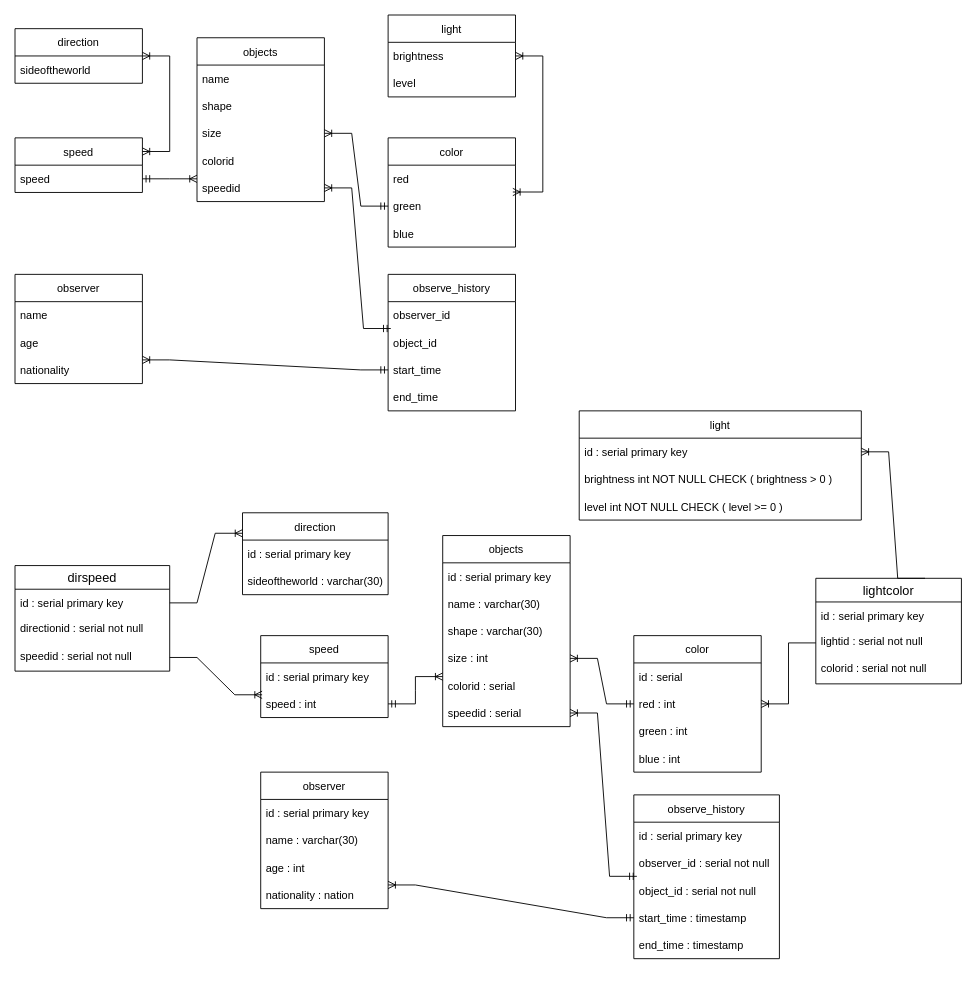
Above: Untitled Diagram.drawio in malinkamedok/isbd1 (draw.io), before the change. Source tidied: cells renumbered, new cells numbered last; positions are measured from the earlier drawing's top-left corner, leaving out a move shared by most shapes. Both pictures are drawn from the tidied source at 91%, with x=0, y=0 at pixel (15, 15).
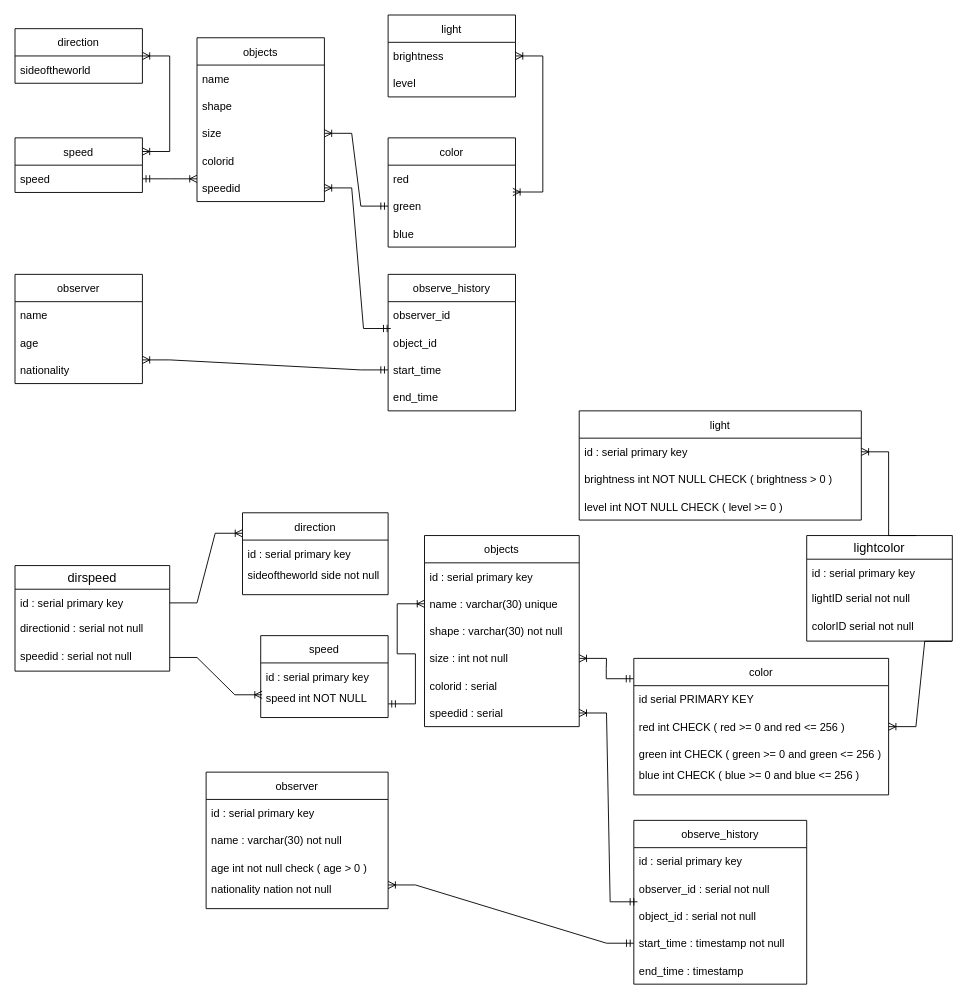
The same diagram, later.

Commit message:
datalogy diagram final

The change refers to these unchanged cells:
```xml
<mxCell id="34" value="direction" style="swimlane;fontStyle=0;horizontal=1;startSize=30;" parent="1" vertex="1">
  <mxGeometry x="250" y="547" width="160" height="90" as="geometry" />
</mxCell>
<mxCell id="37" value="speed" style="swimlane;fontStyle=0;horizontal=1;startSize=30;" parent="1" vertex="1">
  <mxGeometry x="270" y="682" width="140" height="90" as="geometry" />
</mxCell>
```

Change to the diagram source:
```diff
@@
-    <mxCell id="36" value="sideoftheworld : varchar(30)" style="text;strokeColor=none;fillColor=none;align=left;verticalAlign=middle;spacingLeft=4;spacingRight=4;overflow=hidden;" parent="34" vertex="1">
+    <mxCell id="36" value="sideoftheworld side not null&#10;" style="text;strokeColor=none;fillColor=none;align=left;verticalAlign=middle;spacingLeft=4;spacingRight=4;overflow=hidden;" parent="34" vertex="1">
       <mxGeometry y="60" width="160" height="30" as="geometry" />
     </mxCell>
@@
-    <mxCell id="39" value="speed : int" style="text;strokeColor=none;fillColor=none;align=left;verticalAlign=middle;spacingLeft=4;spacingRight=4;overflow=hidden;points=[[0,0.5],[1,0.5]];portConstraint=eastwest;" parent="37" vertex="1">
+    <mxCell id="39" value="speed int NOT NULL&#10;" style="text;strokeColor=none;fillColor=none;align=left;verticalAlign=middle;spacingLeft=4;spacingRight=4;overflow=hidden;points=[[0,0.5],[1,0.5]];portConstraint=eastwest;" parent="37" vertex="1">
       <mxGeometry y="60" width="140" height="30" as="geometry" />
     </mxCell>
@@
     <mxCell id="44" value="color" style="swimlane;fontStyle=0;horizontal=1;startSize=30;" parent="1" vertex="1">
-      <mxGeometry x="680" y="682" width="140" height="150" as="geometry" />
+      <mxGeometry x="680" y="707" width="280" height="150" as="geometry" />
     </mxCell>
-    <mxCell id="45" value="id : serial" style="text;strokeColor=none;fillColor=none;align=left;verticalAlign=middle;spacingLeft=4;spacingRight=4;overflow=hidden;" parent="44" vertex="1">
-      <mxGeometry y="30" width="140" height="30" as="geometry" />
+    <mxCell id="45" value="id serial PRIMARY KEY" style="text;strokeColor=none;fillColor=none;align=left;verticalAlign=middle;spacingLeft=4;spacingRight=4;overflow=hidden;" parent="44" vertex="1">
+      <mxGeometry y="30" width="280" height="30" as="geometry" />
     </mxCell>
-    <mxCell id="46" value="red : int" style="text;strokeColor=none;fillColor=none;align=left;verticalAlign=middle;spacingLeft=4;spacingRight=4;overflow=hidden;points=[[0,0.5],[1,0.5]];portConstraint=eastwest;" parent="44" vertex="1">
-      <mxGeometry y="60" width="140" height="30" as="geometry" />
+    <mxCell id="46" value="red int CHECK ( red &gt;= 0 and red &lt;= 256 )" style="text;strokeColor=none;fillColor=none;align=left;verticalAlign=middle;spacingLeft=4;spacingRight=4;overflow=hidden;points=[[0,0.5],[1,0.5]];portConstraint=eastwest;" parent="44" vertex="1">
+      <mxGeometry y="60" width="280" height="30" as="geometry" />
     </mxCell>
-    <mxCell id="47" value="green : int" style="text;strokeColor=none;fillColor=none;align=left;verticalAlign=middle;spacingLeft=4;spacingRight=4;overflow=hidden;" parent="44" vertex="1">
-      <mxGeometry y="90" width="140" height="30" as="geometry" />
+    <mxCell id="47" value="green int CHECK ( green &gt;= 0 and green &lt;= 256 )" style="text;strokeColor=none;fillColor=none;align=left;verticalAlign=middle;spacingLeft=4;spacingRight=4;overflow=hidden;" parent="44" vertex="1">
+      <mxGeometry y="90" width="280" height="30" as="geometry" />
     </mxCell>
-    <mxCell id="48" value="blue : int" style="text;strokeColor=none;fillColor=none;align=left;verticalAlign=middle;spacingLeft=4;spacingRight=4;overflow=hidden;" parent="44" vertex="1">
-      <mxGeometry y="120" width="140" height="30" as="geometry" />
+    <mxCell id="48" value="blue int CHECK ( blue &gt;= 0 and blue &lt;= 256 )&#10;" style="text;strokeColor=none;fillColor=none;align=left;verticalAlign=middle;spacingLeft=4;spacingRight=4;overflow=hidden;" parent="44" vertex="1">
+      <mxGeometry y="120" width="280" height="30" as="geometry" />
     </mxCell>
     <mxCell id="49" value="objects" style="swimlane;fontStyle=0;horizontal=1;startSize=30;" parent="1" vertex="1">
-      <mxGeometry x="470" y="572" width="140" height="210" as="geometry" />
+      <mxGeometry x="450" y="572" width="170" height="210" as="geometry" />
     </mxCell>
     <mxCell id="50" value="id : serial primary key" style="text;strokeColor=none;fillColor=none;align=left;verticalAlign=middle;spacingLeft=4;spacingRight=4;overflow=hidden;" parent="49" vertex="1">
-      <mxGeometry y="30" width="140" height="30" as="geometry" />
+      <mxGeometry y="30" width="170" height="30" as="geometry" />
     </mxCell>
-    <mxCell id="51" value="name : varchar(30)" style="text;strokeColor=none;fillColor=none;align=left;verticalAlign=middle;spacingLeft=4;spacingRight=4;overflow=hidden;points=[[0,0.5],[1,0.5]];portConstraint=eastwest;" parent="49" vertex="1">
-      <mxGeometry y="60" width="140" height="30" as="geometry" />
+    <mxCell id="51" value="name : varchar(30) unique" style="text;strokeColor=none;fillColor=none;align=left;verticalAlign=middle;spacingLeft=4;spacingRight=4;overflow=hidden;points=[[0,0.5],[1,0.5]];portConstraint=eastwest;" parent="49" vertex="1">
+      <mxGeometry y="60" width="170" height="30" as="geometry" />
     </mxCell>
-    <mxCell id="52" value="shape : varchar(30)" style="text;strokeColor=none;fillColor=none;align=left;verticalAlign=middle;spacingLeft=4;spacingRight=4;overflow=hidden;" parent="49" vertex="1">
-      <mxGeometry y="90" width="140" height="30" as="geometry" />
+    <mxCell id="52" value="shape : varchar(30) not null" style="text;strokeColor=none;fillColor=none;align=left;verticalAlign=middle;spacingLeft=4;spacingRight=4;overflow=hidden;" parent="49" vertex="1">
+      <mxGeometry y="90" width="170" height="30" as="geometry" />
     </mxCell>
-    <mxCell id="53" value="size : int" style="text;strokeColor=none;fillColor=none;align=left;verticalAlign=middle;spacingLeft=4;spacingRight=4;overflow=hidden;points=[[0,0.5],[1,0.5]];portConstraint=eastwest;" parent="49" vertex="1">
-      <mxGeometry y="120" width="140" height="30" as="geometry" />
+    <mxCell id="53" value="size : int not null" style="text;strokeColor=none;fillColor=none;align=left;verticalAlign=middle;spacingLeft=4;spacingRight=4;overflow=hidden;points=[[0,0.5],[1,0.5]];portConstraint=eastwest;" parent="49" vertex="1">
+      <mxGeometry y="120" width="170" height="30" as="geometry" />
     </mxCell>
     <mxCell id="54" value="colorid : serial" style="text;strokeColor=none;fillColor=none;align=left;verticalAlign=middle;spacingLeft=4;spacingRight=4;overflow=hidden;" parent="49" vertex="1">
-      <mxGeometry y="150" width="140" height="30" as="geometry" />
+      <mxGeometry y="150" width="170" height="30" as="geometry" />
     </mxCell>
     <mxCell id="55" value="speedid : serial" style="text;strokeColor=none;fillColor=none;align=left;verticalAlign=middle;spacingLeft=4;spacingRight=4;overflow=hidden;points=[[0,0.5],[1,0.5]];portConstraint=eastwest;" parent="49" vertex="1">
-      <mxGeometry y="180" width="140" height="30" as="geometry" />
+      <mxGeometry y="180" width="170" height="30" as="geometry" />
     </mxCell>
     <mxCell id="56" value="observer" style="swimlane;fontStyle=0;horizontal=1;startSize=30;" parent="1" vertex="1">
-      <mxGeometry x="270" y="832" width="140" height="150" as="geometry" />
+      <mxGeometry x="210" y="832" width="200" height="150" as="geometry" />
     </mxCell>
     <mxCell id="57" value="id : serial primary key" style="text;strokeColor=none;fillColor=none;align=left;verticalAlign=middle;spacingLeft=4;spacingRight=4;overflow=hidden;" parent="56" vertex="1">
-      <mxGeometry y="30" width="140" height="30" as="geometry" />
+      <mxGeometry y="30" width="200" height="30" as="geometry" />
     </mxCell>
-    <mxCell id="58" value="name : varchar(30)" style="text;strokeColor=none;fillColor=none;align=left;verticalAlign=middle;spacingLeft=4;spacingRight=4;overflow=hidden;" parent="56" vertex="1">
-      <mxGeometry y="60" width="140" height="30" as="geometry" />
+    <mxCell id="58" value="name : varchar(30) not null" style="text;strokeColor=none;fillColor=none;align=left;verticalAlign=middle;spacingLeft=4;spacingRight=4;overflow=hidden;" parent="56" vertex="1">
+      <mxGeometry y="60" width="200" height="30" as="geometry" />
     </mxCell>
-    <mxCell id="59" value="age : int" style="text;strokeColor=none;fillColor=none;align=left;verticalAlign=middle;spacingLeft=4;spacingRight=4;overflow=hidden;" parent="56" vertex="1">
-      <mxGeometry y="90" width="140" height="30" as="geometry" />
+    <mxCell id="59" value="age int not null check ( age &gt; 0 )" style="text;strokeColor=none;fillColor=none;align=left;verticalAlign=middle;spacingLeft=4;spacingRight=4;overflow=hidden;" parent="56" vertex="1">
+      <mxGeometry y="90" width="200" height="30" as="geometry" />
     </mxCell>
-    <mxCell id="60" value="nationality : nation" style="text;strokeColor=none;fillColor=none;align=left;verticalAlign=middle;spacingLeft=4;spacingRight=4;overflow=hidden;points=[[0,0.5],[1,0.5]];portConstraint=eastwest;" parent="56" vertex="1">
-      <mxGeometry y="120" width="140" height="30" as="geometry" />
+    <mxCell id="60" value="nationality nation not null&#10;" style="text;strokeColor=none;fillColor=none;align=left;verticalAlign=middle;spacingLeft=4;spacingRight=4;overflow=hidden;points=[[0,0.5],[1,0.5]];portConstraint=eastwest;" parent="56" vertex="1">
+      <mxGeometry y="120" width="200" height="30" as="geometry" />
     </mxCell>
     <mxCell id="61" value="observe_history" style="swimlane;fontStyle=0;horizontal=1;startSize=30;" parent="1" vertex="1">
-      <mxGeometry x="680" y="857" width="160" height="180" as="geometry" />
+      <mxGeometry x="680" y="885" width="190" height="180" as="geometry" />
     </mxCell>
     <mxCell id="62" value="id : serial primary key" style="text;strokeColor=none;fillColor=none;align=left;verticalAlign=middle;spacingLeft=4;spacingRight=4;overflow=hidden;" parent="61" vertex="1">
-      <mxGeometry y="30" width="160" height="30" as="geometry" />
+      <mxGeometry y="30" width="190" height="30" as="geometry" />
     </mxCell>
     <mxCell id="63" value="observer_id : serial not null" style="text;strokeColor=none;fillColor=none;align=left;verticalAlign=middle;spacingLeft=4;spacingRight=4;overflow=hidden;points=[[0,0.5],[1,0.5]];portConstraint=eastwest;" parent="61" vertex="1">
-      <mxGeometry y="60" width="160" height="30" as="geometry" />
+      <mxGeometry y="60" width="190" height="30" as="geometry" />
     </mxCell>
     <mxCell id="64" value="object_id : serial not null" style="text;strokeColor=none;fillColor=none;align=left;verticalAlign=middle;spacingLeft=4;spacingRight=4;overflow=hidden;" parent="61" vertex="1">
-      <mxGeometry y="90" width="160" height="30" as="geometry" />
+      <mxGeometry y="90" width="190" height="30" as="geometry" />
     </mxCell>
-    <mxCell id="65" value="start_time : timestamp" style="text;strokeColor=none;fillColor=none;align=left;verticalAlign=middle;spacingLeft=4;spacingRight=4;overflow=hidden;points=[[0,0.5],[1,0.5]];portConstraint=eastwest;" parent="61" vertex="1">
-      <mxGeometry y="120" width="160" height="30" as="geometry" />
+    <mxCell id="65" value="start_time : timestamp not null" style="text;strokeColor=none;fillColor=none;align=left;verticalAlign=middle;spacingLeft=4;spacingRight=4;overflow=hidden;points=[[0,0.5],[1,0.5]];portConstraint=eastwest;" parent="61" vertex="1">
+      <mxGeometry y="120" width="190" height="30" as="geometry" />
     </mxCell>
     <mxCell id="66" value="end_time : timestamp" style="text;strokeColor=none;fillColor=none;align=left;verticalAlign=middle;spacingLeft=4;spacingRight=4;overflow=hidden;" parent="61" vertex="1">
-      <mxGeometry y="150" width="160" height="30" as="geometry" />
+      <mxGeometry y="150" width="190" height="30" as="geometry" />
     </mxCell>
-    <mxCell id="67" style="edgeStyle=entityRelationEdgeStyle;fontSize=12;html=1;endArrow=ERoneToMany;startArrow=ERmandOne;rounded=0;exitX=1;exitY=0.5;exitDx=0;exitDy=0;" parent="1" edge="1" source="39">
-      <mxGeometry relative="1" as="geometry">
-        <mxPoint x="470" y="727" as="targetPoint" />
-      </mxGeometry>
+    <mxCell id="67" style="edgeStyle=entityRelationEdgeStyle;fontSize=12;html=1;endArrow=ERoneToMany;startArrow=ERmandOne;rounded=0;exitX=1;exitY=0.5;exitDx=0;exitDy=0;entryX=0;entryY=0.5;entryDx=0;entryDy=0;" parent="1" edge="1" source="39" target="51">
+      <mxGeometry relative="1" as="geometry" />
     </mxCell>
-    <mxCell id="68" style="edgeStyle=entityRelationEdgeStyle;fontSize=12;html=1;endArrow=ERoneToMany;startArrow=ERmandOne;rounded=0;entryX=1;entryY=0.5;entryDx=0;entryDy=0;exitX=0;exitY=0.5;exitDx=0;exitDy=0;" parent="1" edge="1" source="46" target="53">
+    <mxCell id="68" style="edgeStyle=entityRelationEdgeStyle;fontSize=12;html=1;endArrow=ERoneToMany;startArrow=ERmandOne;rounded=0;entryX=1;entryY=0.5;entryDx=0;entryDy=0;exitX=-0.001;exitY=0.149;exitDx=0;exitDy=0;exitPerimeter=0;" parent="1" edge="1" source="44" target="53">
       <mxGeometry relative="1" as="geometry" />
     </mxCell>
@@
     <mxCell id="77" value="lightcolor" style="swimlane;fontStyle=0;horizontal=1;startSize=26;align=center;fontSize=14;" parent="1" vertex="1">
-      <mxGeometry x="880" y="619" width="160" height="116" as="geometry" />
+      <mxGeometry x="870" y="572" width="160" height="116" as="geometry" />
     </mxCell>
@@
-    <mxCell id="79" value="lightid : serial not null" style="text;strokeColor=none;fillColor=none;spacingLeft=4;spacingRight=4;overflow=hidden;points=[[0,0.5],[1,0.5]];portConstraint=eastwest;fontSize=12;" parent="77" vertex="1">
+    <mxCell id="79" value="lightID serial not null" style="text;strokeColor=none;fillColor=none;spacingLeft=4;spacingRight=4;overflow=hidden;points=[[0,0.5],[1,0.5]];portConstraint=eastwest;fontSize=12;" parent="77" vertex="1">
       <mxGeometry y="56" width="160" height="30" as="geometry" />
     </mxCell>
-    <mxCell id="80" value="colorid : serial not null" style="text;strokeColor=none;fillColor=none;spacingLeft=4;spacingRight=4;overflow=hidden;points=[[0,0.5],[1,0.5]];portConstraint=eastwest;fontSize=12;" parent="77" vertex="1">
+    <mxCell id="80" value="colorID serial not null&#10;" style="text;strokeColor=none;fillColor=none;spacingLeft=4;spacingRight=4;overflow=hidden;points=[[0,0.5],[1,0.5]];portConstraint=eastwest;fontSize=12;" parent="77" vertex="1">
       <mxGeometry y="86" width="160" height="30" as="geometry" />
     </mxCell>
@@
-    <mxCell id="82" style="edgeStyle=entityRelationEdgeStyle;fontSize=12;html=1;endArrow=ERoneToMany;rounded=0;entryX=1;entryY=0.5;entryDx=0;entryDy=0;exitX=0;exitY=0.5;exitDx=0;exitDy=0;" parent="1" edge="1" source="79" target="46">
+    <mxCell id="82" style="edgeStyle=entityRelationEdgeStyle;fontSize=12;html=1;endArrow=ERoneToMany;rounded=0;entryX=1;entryY=0.5;entryDx=0;entryDy=0;exitX=0.998;exitY=1.008;exitDx=0;exitDy=0;exitPerimeter=0;" parent="1" edge="1" source="80" target="46">
       <mxGeometry relative="1" as="geometry" />
     </mxCell>
```
